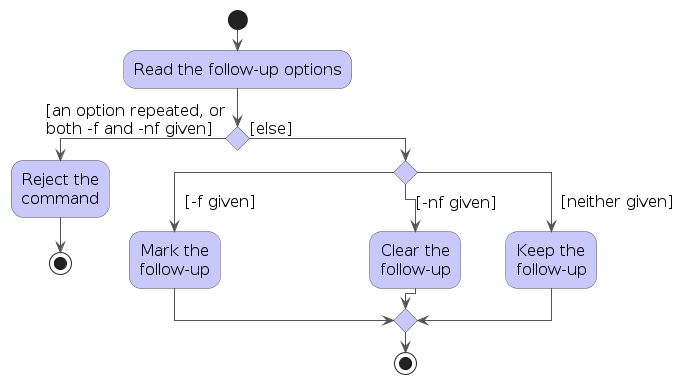
This is diagrams/FollowUpStatus.png from AY2627S1-CS2103T-T16-1/tp, a PlantUML export, as it was before one commit. Its source is kept beside it as diagrams/FollowUpStatus.puml.
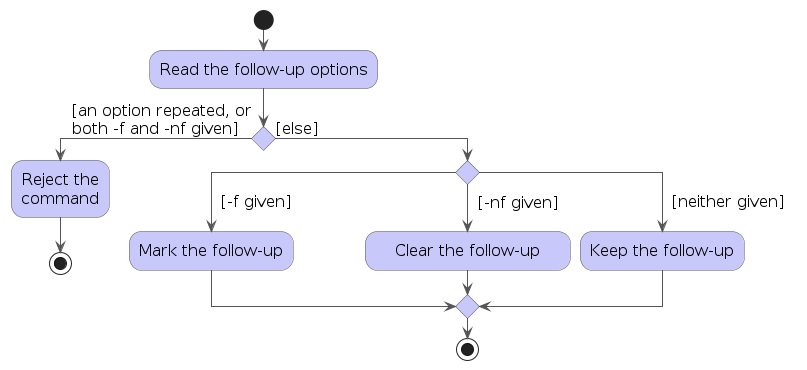
After the commit.

Change to the diagram source:
```diff
@@ -16,15 +16,12 @@
   stop
 else ([else])
   switch ()
-  case (<U+00A0><U+00A0>[-f given]<U+00A0><U+00A0><U+00A0><U+00A0><U+00A0><U+00A0><U+00A0><U+00A0><U+00A0><U+00A0><U+00A0><U+00A0><U+00A0><U+00A0><U+00A0><U+00A0><U+00A0><U+00A0><U+00A0><U+00A0><U+00A0>)
-    :Mark the
-    follow-up;
+  case (<U+00A0><U+00A0>[-f given]<color:transparent>neither</color>)
+    :Mark the follow-up;
   case (<U+00A0><U+00A0>[-nf given])
-    :Clear the
-    follow-up;
-  case (<U+00A0><U+00A0>[neither given])
-    :Keep the
-    follow-up;
+    :<U+00A0><U+00A0><U+00A0><U+00A0>Clear the follow-up<U+00A0><U+00A0><U+00A0><U+00A0>;
+  case (<U+00A0><U+00A0>[neither given]<color:transparent>-f</color>)
+    :Keep the follow-up;
   endswitch
   stop
 endif
```
